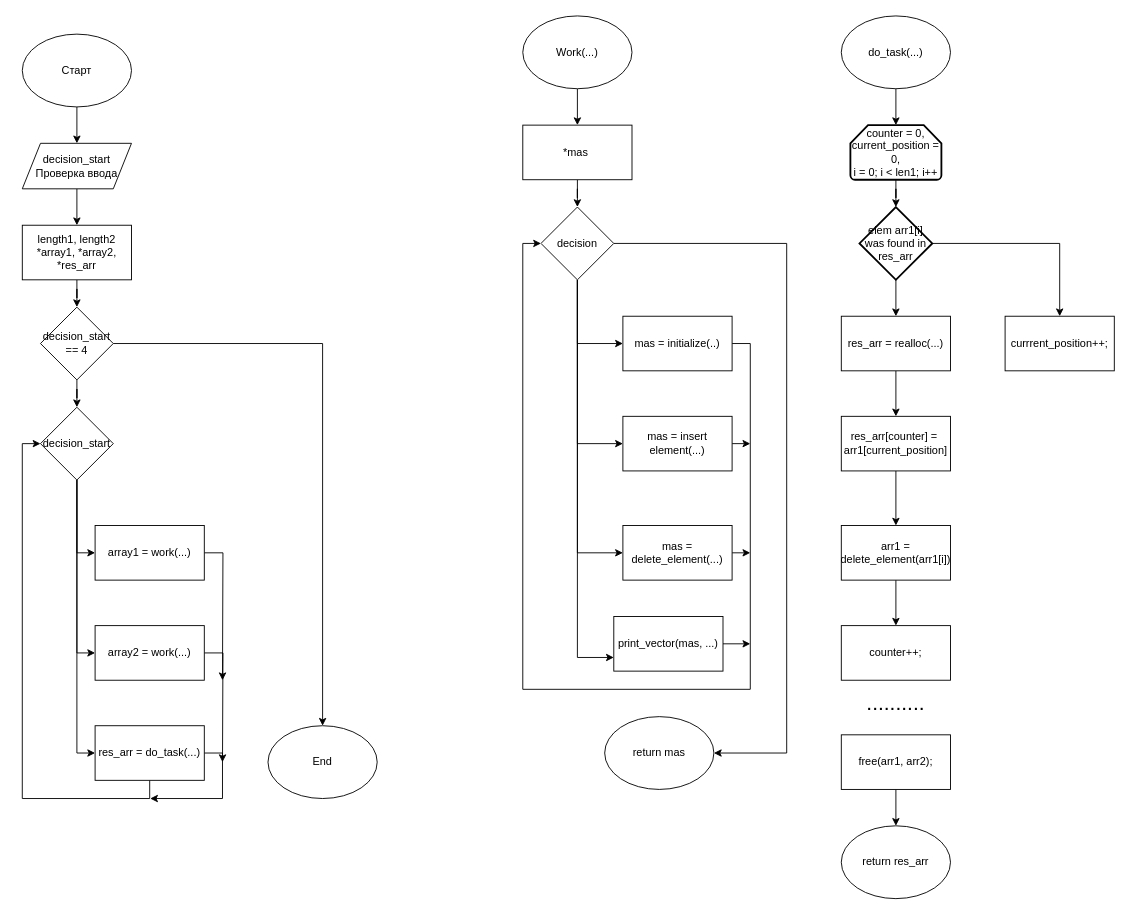
This is labs/lab3/lab3.drawio from Glebins/mephi_labs, a draw.io file, before an edit. Source tidied: cells renumbered, new cells numbered last; positions are measured from the earlier drawing's top-left corner, leaving out a move shared by most shapes. Both pictures are drawn from the tidied source at 91%, with x=0, y=0 at pixel (22, 15).
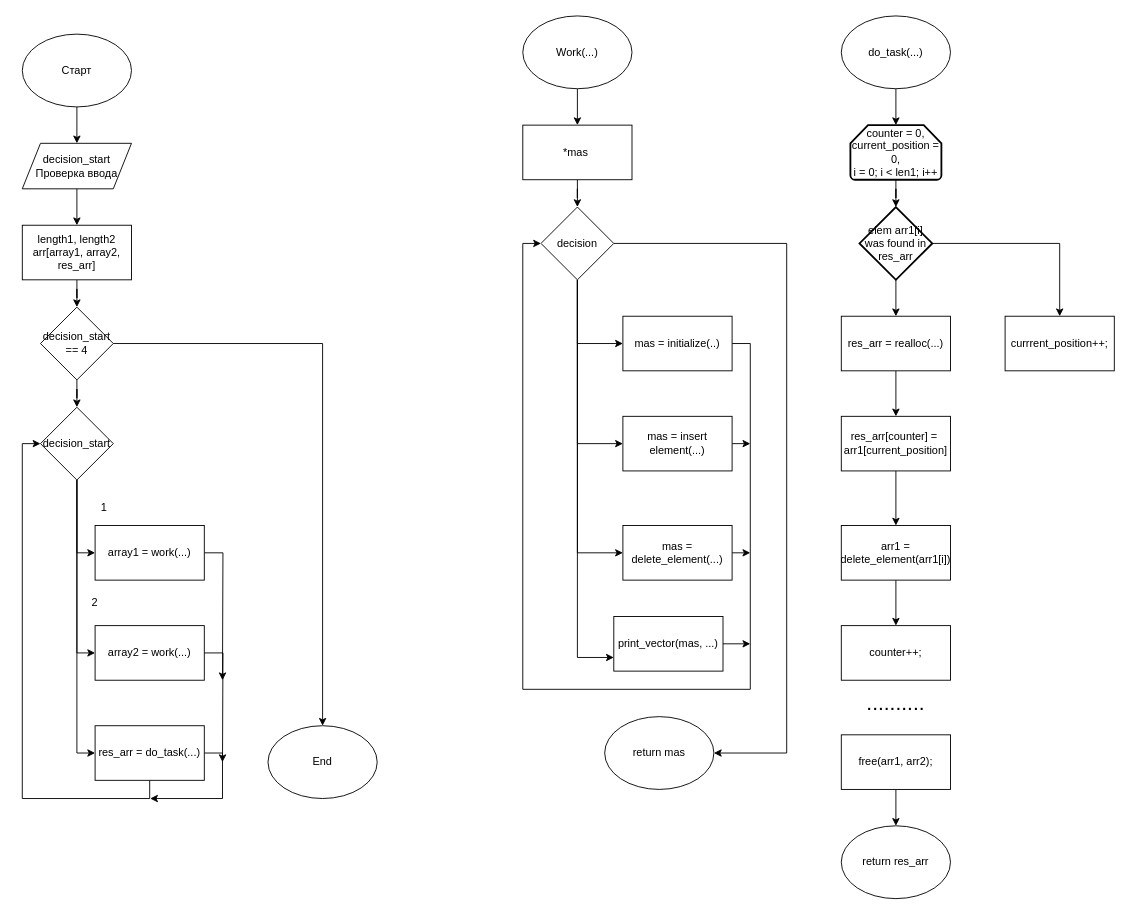
The same diagram, later.

What changed in the source:
```diff
@@
-    <mxCell id="13" value="length1, length2&lt;br&gt;*array1, *array2, *res_arr" style="rounded=0;whiteSpace=wrap;html=1;" parent="1" vertex="1">
+    <mxCell id="13" value="length1, length2&lt;br&gt;arr[array1, array2, res_arr]" style="rounded=0;whiteSpace=wrap;html=1;" parent="1" vertex="1">
       <mxGeometry y="230" width="120" height="60" as="geometry" />
     </mxCell>
@@
+    <mxCell id="61" value="1" style="text;html=1;strokeColor=none;fillColor=none;align=center;verticalAlign=middle;whiteSpace=wrap;rounded=0;" parent="1" vertex="1">
+      <mxGeometry x="60" y="510" width="60" height="60" as="geometry" />
+    </mxCell>
+    <mxCell id="62" value="2" style="text;html=1;strokeColor=none;fillColor=none;align=center;verticalAlign=middle;whiteSpace=wrap;rounded=0;" parent="1" vertex="1">
+      <mxGeometry x="50" y="640" width="60" height="10" as="geometry" />
+    </mxCell>
```
